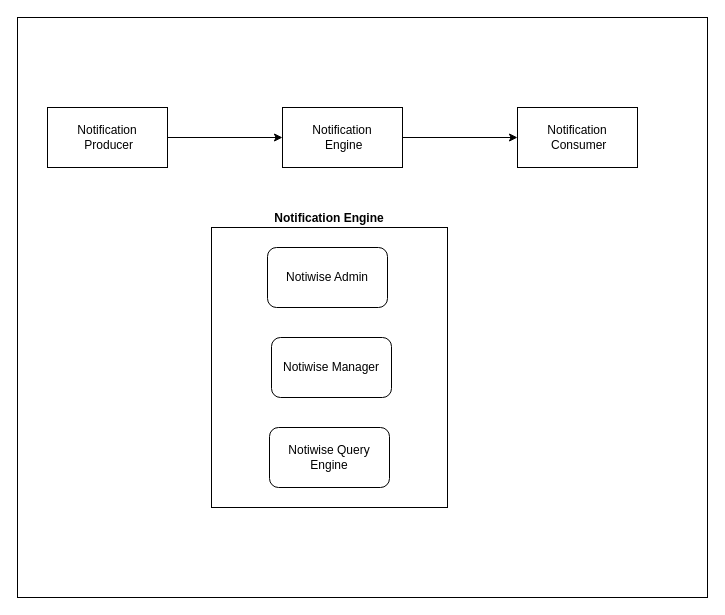
This is page "Context" (1 of 4) of design/NotiwiseAOD.drawio from vinoth-kumar-sunderraj/notiwise, a draw.io file, before an edit. Source tidied: cells renumbered, new cells numbered last; positions are measured from the earlier drawing's top-left corner, leaving out a move shared by most shapes. Both pictures are drawn from the tidied source at 100%, with x=0, y=0 at pixel (17, 17).
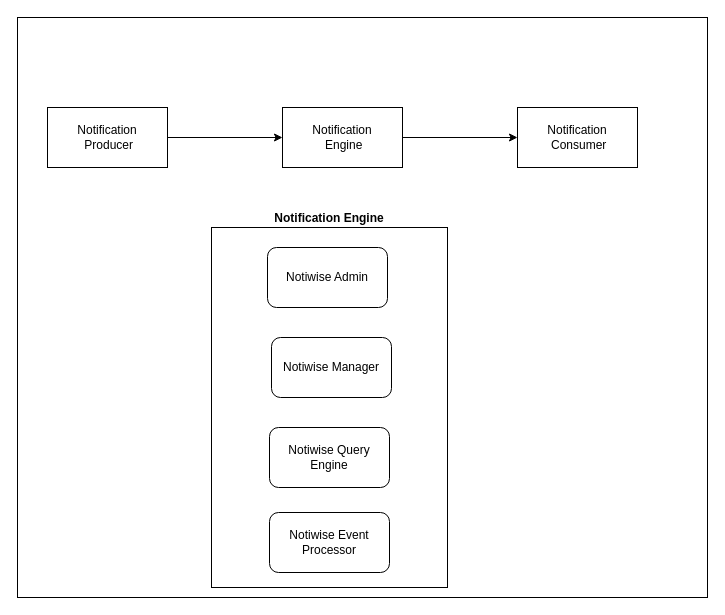
The same diagram, later.

Change to the diagram source:
```diff
@@
 <mxGraphModel>
   <root>
     <mxCell id="0" />
     <mxCell id="1" parent="0" />
     <mxCell id="2" style="rounded=0;whiteSpace=wrap;html=1;" parent="1" vertex="1">
       <mxGeometry width="690" height="580" as="geometry" />
     </mxCell>
     <mxCell id="3" style="edgeStyle=orthogonalEdgeStyle;rounded=0;jettySize=auto;html=1;" parent="1" edge="1" source="4" target="7">
       <mxGeometry relative="1" as="geometry" />
     </mxCell>
     <mxCell id="4" value="Notification&lt;div&gt;&amp;nbsp;Producer&lt;/div&gt;" style="rounded=0;whiteSpace=wrap;html=1;" parent="1" vertex="1">
       <mxGeometry x="30" y="90" width="120" height="60" as="geometry" />
     </mxCell>
     <mxCell id="5" value="Notification&lt;div&gt;&amp;nbsp;Consumer&lt;/div&gt;" style="rounded=0;whiteSpace=wrap;html=1;" parent="1" vertex="1">
       <mxGeometry x="500" y="90" width="120" height="60" as="geometry" />
     </mxCell>
     <mxCell id="6" style="edgeStyle=orthogonalEdgeStyle;rounded=0;jettySize=auto;html=1;" parent="1" edge="1" source="7" target="5">
       <mxGeometry relative="1" as="geometry" />
     </mxCell>
     <mxCell id="7" value="Notification&lt;div&gt;&amp;nbsp;Engine&lt;/div&gt;" style="rounded=0;whiteSpace=wrap;html=1;" parent="1" vertex="1">
       <mxGeometry x="265" y="90" width="120" height="60" as="geometry" />
     </mxCell>
     <mxCell id="8" value="Notification Engine" style="rounded=0;whiteSpace=wrap;html=1;labelPosition=center;verticalLabelPosition=top;align=center;verticalAlign=bottom;fontStyle=1;" parent="1" vertex="1">
-      <mxGeometry x="194" y="210" width="236" height="280" as="geometry" />
+      <mxGeometry x="194" y="210" width="236" height="360" as="geometry" />
     </mxCell>
     <mxCell id="9" value="Notiwise Admin" style="rounded=1;whiteSpace=wrap;html=1;" parent="1" vertex="1">
       <mxGeometry x="250" y="230" width="120" height="60" as="geometry" />
     </mxCell>
     <mxCell id="10" value="Notiwise Manager" style="rounded=1;whiteSpace=wrap;html=1;" parent="1" vertex="1">
       <mxGeometry x="254" y="320" width="120" height="60" as="geometry" />
     </mxCell>
     <mxCell id="11" value="Notiwise Query Engine" style="rounded=1;whiteSpace=wrap;html=1;" parent="1" vertex="1">
       <mxGeometry x="252" y="410" width="120" height="60" as="geometry" />
     </mxCell>
+    <mxCell id="12" value="Notiwise Event Processor" style="rounded=1;whiteSpace=wrap;html=1;" parent="1" vertex="1">
+      <mxGeometry x="252" y="495" width="120" height="60" as="geometry" />
+    </mxCell>
   </root>
 </mxGraphModel>
```
